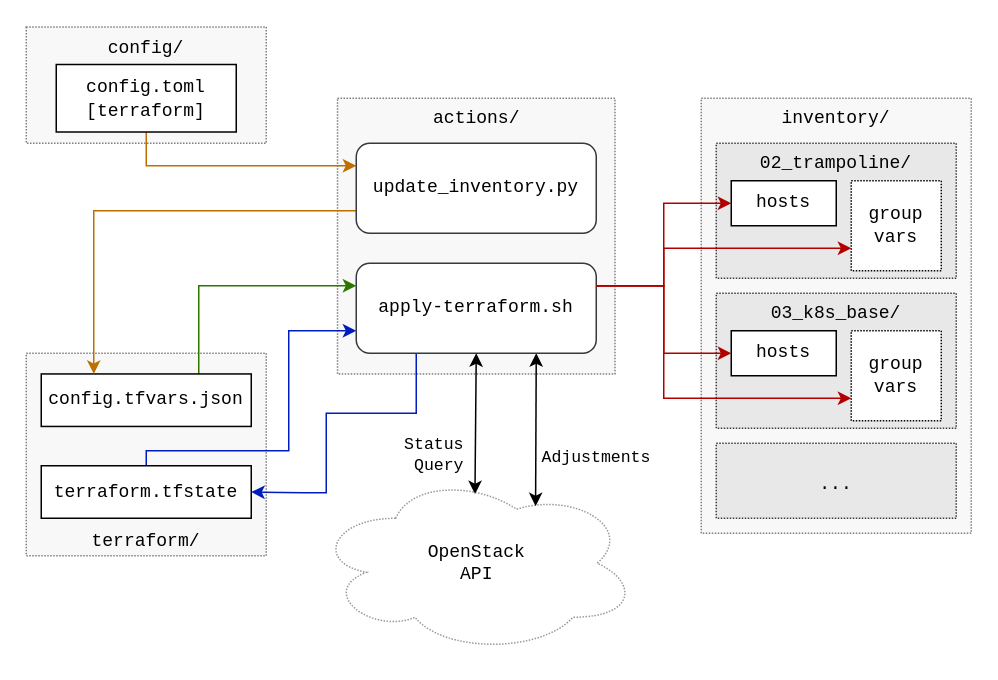
Before: docs/img/apply-terraform.drawio in alasca-association/tarook, a draw.io diagram. Source tidied: cells renumbered, new cells numbered last; positions are measured from the earlier drawing's top-left corner, leaving out a move shared by most shapes. Both pictures are drawn from the tidied source at 150%, with x=0, y=0 at pixel (26, 26).
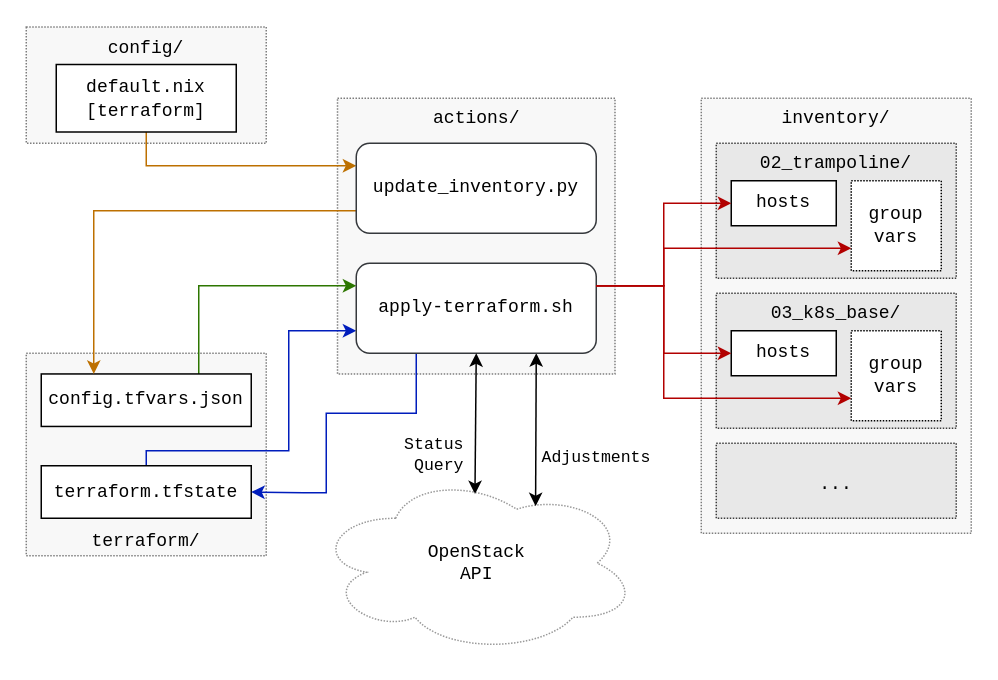
Above is the later version.

The edit, as a diff of the source:
```diff
@@
-    <mxCell id="6" value="&lt;font face=&quot;Courier New&quot;&gt;config.toml&lt;br&gt;[terraform]&lt;br&gt;&lt;/font&gt;" style="rounded=0;whiteSpace=wrap;html=1;" parent="1" vertex="1">
+    <mxCell id="6" value="&lt;font face=&quot;Courier New&quot;&gt;default.nix&lt;br&gt;[terraform]&lt;br&gt;&lt;/font&gt;" style="rounded=0;whiteSpace=wrap;html=1;" parent="1" vertex="1">
       <mxGeometry x="20" y="25.5" width="120" height="45" as="geometry" />
     </mxCell>
```
